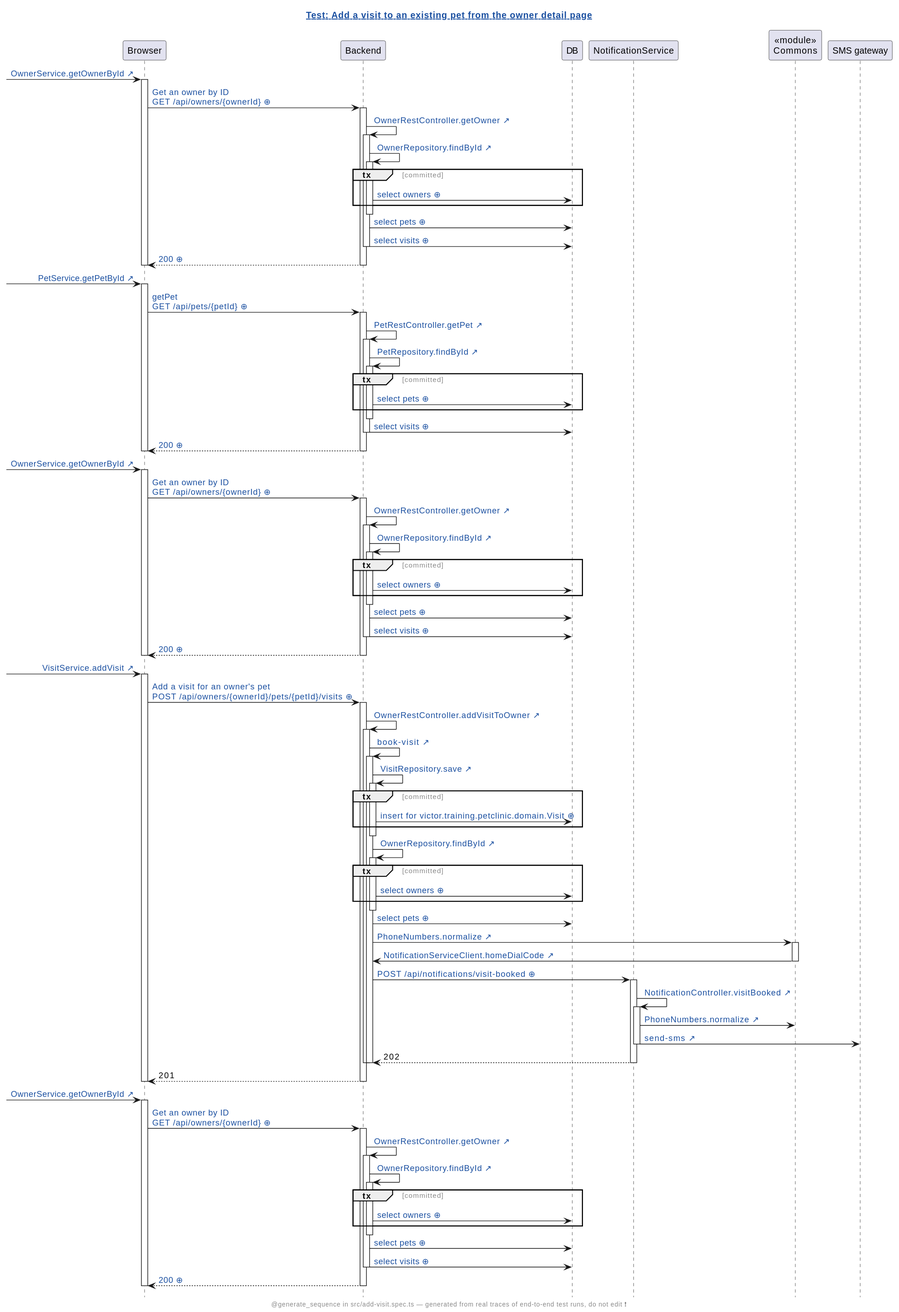
Before: demo/demo2/assets/diagrams/petclinic-test_generated_add-visit.spec.ts.add-a-visit-to-an-existing-pet-from-the-owner-detail-page.genseq.new.svg, a diagram exported from PlantUML (victorrentea/human-review).
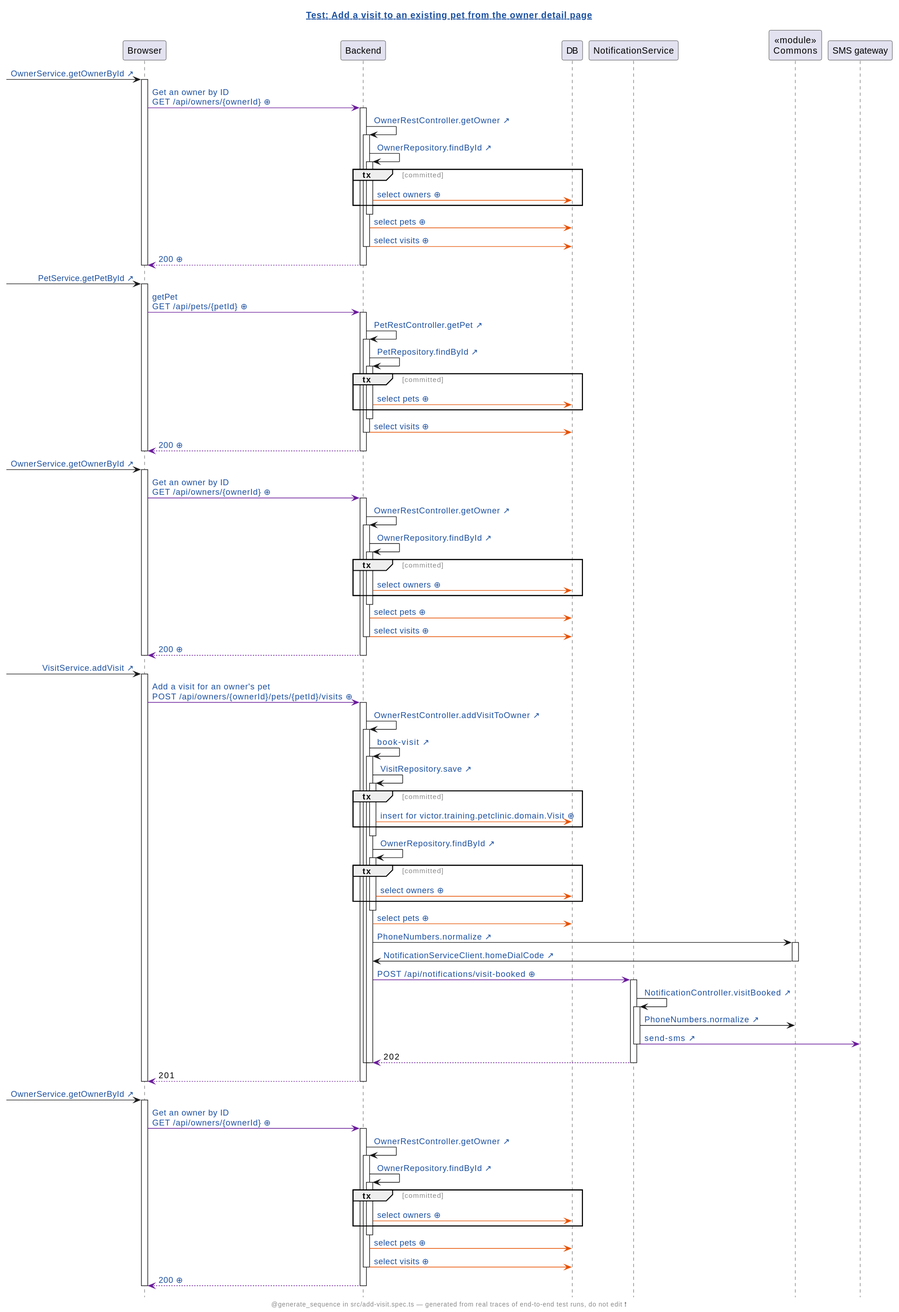
The same file after the commit.

Change to the diagram source:
```diff
@@ -14,60 +14,60 @@
 participant "SMS gateway"
 [-> Browser: [[src://petclinic-frontend/src/app/owners/owner-detail/owner-detail.component.ts:22{Click to open the line that sent this request: owner-detail.component.ts:22} OwnerService.getOwnerById ↗]]
 activate Browser
-Browser -> Backend: [[genseq://06lchgi{Click for the request as it was sent} Get an owner by ID\nGET /api/owners/{ownerId} ⊕]]
+Browser -[#6A1B9A]> Backend: [[genseq://06lchgi{Click for the request as it was sent} Get an owner by ID\nGET /api/owners/{ownerId} ⊕]]
 activate Backend
 Backend -> Backend: [[src://petclinic-backend/src/main/java/victor/training/petclinic/rest/OwnerRestController.java:103{Click to open OwnerRestController.getOwner} OwnerRestController.getOwner ↗]]
 activate Backend
 Backend -> Backend: [[src://petclinic-backend/src/main/java/victor/training/petclinic/repository/OwnerRepository.java:14{Click to open OwnerRepository.findById} OwnerRepository.findById ↗]]
 activate Backend
 group tx [committed]
-Backend -> DB: [[genseq://0x8aana{Click for the statement behind this call} select owners ⊕]]
+Backend -[#E65100]> DB: [[genseq://0x8aana{Click for the statement behind this call} select owners ⊕]]
 end
 deactivate Backend
-Backend -> DB: [[genseq://18567ho{Click for the statement behind this call} select pets ⊕]]
-Backend -> DB: [[genseq://13apewa{Click for the statement behind this call} select visits ⊕]]
+Backend -[#E65100]> DB: [[genseq://18567ho{Click for the statement behind this call} select pets ⊕]]
+Backend -[#E65100]> DB: [[genseq://13apewa{Click for the statement behind this call} select visits ⊕]]
 deactivate Backend
-Backend --> Browser: [[genseq://0zavcxa{Click for this call’s JSON body} 200 ⊕]]
+Backend -[#6A1B9A]-> Browser: [[genseq://0zavcxa{Click for this call’s JSON body} 200 ⊕]]
 deactivate Backend
 deactivate Browser
 [-> Browser: [[src://petclinic-frontend/src/app/visits/visit-add/visit-add.component.ts:42{Click to open the line that sent this request: visit-add.component.ts:42} PetService.getPetById ↗]]
 activate Browser
-Browser -> Backend: [[genseq://17x7zoe{Click for the request as it was sent} getPet\nGET /api/pets/{petId} ⊕]]
+Browser -[#6A1B9A]> Backend: [[genseq://17x7zoe{Click for the request as it was sent} getPet\nGET /api/pets/{petId} ⊕]]
 activate Backend
 Backend -> Backend: [[src://petclinic-backend/src/main/java/victor/training/petclinic/rest/PetRestController.java:33{Click to open PetRestController.getPet} PetRestController.getPet ↗]]
 activate Backend
 Backend -> Backend: [[src://petclinic-backend/src/main/java/victor/training/petclinic/repository/PetRepository.java:16{Click to open PetRepository.findById} PetRepository.findById ↗]]
 activate Backend
 group tx [committed]
-Backend -> DB: [[genseq://0y7w2ps{Click for the statement behind this call} select pets ⊕]]
+Backend -[#E65100]> DB: [[genseq://0y7w2ps{Click for the statement behind this call} select pets ⊕]]
 end
 deactivate Backend
-Backend -> DB: [[genseq://13apewa{Click for the statement behind this call} select visits ⊕]]
+Backend -[#E65100]> DB: [[genseq://13apewa{Click for the statement behind this call} select visits ⊕]]
 deactivate Backend
-Backend --> Browser: [[genseq://01mmlgx{Click for this call’s JSON body} 200 ⊕]]
+Backend -[#6A1B9A]-> Browser: [[genseq://01mmlgx{Click for this call’s JSON body} 200 ⊕]]
 deactivate Backend
 deactivate Browser
 [-> Browser: [[src://petclinic-frontend/src/app/visits/visit-add/visit-add.component.ts:47{Click to open the line that sent this request: visit-add.component.ts:47} OwnerService.getOwnerById ↗]]
 activate Browser
-Browser -> Backend: [[genseq://06lchgi{Click for the request as it was sent} Get an owner by ID\nGET /api/owners/{ownerId} ⊕]]
+Browser -[#6A1B9A]> Backend: [[genseq://06lchgi{Click for the request as it was sent} Get an owner by ID\nGET /api/owners/{ownerId} ⊕]]
 activate Backend
 Backend -> Backend: [[src://petclinic-backend/src/main/java/victor/training/petclinic/rest/OwnerRestController.java:103{Click to open OwnerRestController.getOwner} OwnerRestController.getOwner ↗]]
 activate Backend
 Backend -> Backend: [[src://petclinic-backend/src/main/java/victor/training/petclinic/repository/OwnerRepository.java:14{Click to open OwnerRepository.findById} OwnerRepository.findById ↗]]
 activate Backend
 group tx [committed]
-Backend -> DB: [[genseq://0x8aana{Click for the statement behind this call} select owners ⊕]]
+Backend -[#E65100]> DB: [[genseq://0x8aana{Click for the statement behind this call} select owners ⊕]]
 end
 deactivate Backend
-Backend -> DB: [[genseq://18567ho{Click for the statement behind this call} select pets ⊕]]
-Backend -> DB: [[genseq://13apewa{Click for the statement behind this call} select visits ⊕]]
+Backend -[#E65100]> DB: [[genseq://18567ho{Click for the statement behind this call} select pets ⊕]]
+Backend -[#E65100]> DB: [[genseq://13apewa{Click for the statement behind this call} select visits ⊕]]
 deactivate Backend
-Backend --> Browser: [[genseq://0zavcxa{Click for this call’s JSON body} 200 ⊕]]
+Backend -[#6A1B9A]-> Browser: [[genseq://0zavcxa{Click for this call’s JSON body} 200 ⊕]]
 deactivate Backend
 deactivate Browser
 [-> Browser: [[src://petclinic-frontend/src/app/visits/visit-add/visit-add.component.ts:63{Click to open the line that sent this request: visit-add.component.ts:63 ← visit-add.component.html:25} VisitService.addVisit ↗]]
 activate Browser
-Browser -> Backend: [[genseq://0prgu3t{Click for the request as it was sent} Add a visit for an owner's pet\nPOST /api/owners/{ownerId}/pets/{petId}/visits ⊕]]
+Browser -[#6A1B9A]> Backend: [[genseq://0prgu3t{Click for the request as it was sent} Add a visit for an owner's pet\nPOST /api/owners/{ownerId}/pets/{petId}/visits ⊕]]
 activate Backend
 Backend -> Backend: [[src://petclinic-backend/src/main/java/victor/training/petclinic/rest/OwnerRestController.java:167{Click to open OwnerRestController.addVisitToOwner} OwnerRestController.addVisitToOwner ↗]]
 activate Backend
@@ -76,50 +76,50 @@
 Backend -> Backend: [[src://petclinic-backend/src/main/java/victor/training/petclinic/repository/VisitRepository.java:16{Click to open VisitRepository.save} VisitRepository.save ↗]]
 activate Backend
 group tx [committed]
-Backend -> DB: [[genseq://0jsen8c{Click for the statement behind this call} insert for victor.training.petclinic.domain.Visit ⊕]]
+Backend -[#E65100]> DB: [[genseq://0jsen8c{Click for the statement behind this call} insert for victor.training.petclinic.domain.Visit ⊕]]
 end
 deactivate Backend
 Backend -> Backend: [[src://petclinic-backend/src/main/java/victor/training/petclinic/repository/OwnerRepository.java:14{Click to open OwnerRepository.findById} OwnerRepository.findById ↗]]
 activate Backend
 group tx [committed]
-Backend -> DB: [[genseq://0x8aana{Click for the statement behind this call} select owners ⊕]]
+Backend -[#E65100]> DB: [[genseq://0x8aana{Click for the statement behind this call} select owners ⊕]]
 end
 deactivate Backend
-Backend -> DB: [[genseq://18567ho{Click for the statement behind this call} select pets ⊕]]
+Backend -[#E65100]> DB: [[genseq://18567ho{Click for the statement behind this call} select pets ⊕]]
 Backend -> Commons: [[src://petclinic-commons/src/main/java/victor/training/commons/PhoneNumbers.java:14{Click to open PhoneNumbers.normalize} PhoneNumbers.normalize ↗]]
 activate Commons
 Commons -> Backend: [[src://petclinic-backend/src/main/java/victor/training/petclinic/notification/NotificationServiceClient.java:45{Click to open NotificationServiceClient.homeDialCode} NotificationServiceClient.homeDialCode ↗]]
 deactivate Commons
-Backend -> NotificationService: [[genseq://00gfug0{Click for the request as it was sent} POST /api/notifications/visit-booked ⊕]]
+Backend -[#6A1B9A]> NotificationService: [[genseq://00gfug0{Click for the request as it was sent} POST /api/notifications/visit-booked ⊕]]
 activate NotificationService
 NotificationService -> NotificationService: [[src://notification-service/src/main/java/victor/training/notification/NotificationController.java:22{Click to open NotificationController.visitBooked} NotificationController.visitBooked ↗]]
 activate NotificationService
 NotificationService -> Commons: [[src://petclinic-commons/src/main/java/victor/training/commons/PhoneNumbers.java:8{Click to open PhoneNumbers.normalize} PhoneNumbers.normalize ↗]]
-NotificationService -> "SMS gateway": [[src://notification-service/src/main/java/victor/training/notification/SmsGateway.java:23{Click to open SmsGateway.send} send-sms ↗]]
+NotificationService -[#6A1B9A]> "SMS gateway": [[src://notification-service/src/main/java/victor/training/notification/SmsGateway.java:23{Click to open SmsGateway.send} send-sms ↗]]
 deactivate NotificationService
-NotificationService --> Backend: 202
+NotificationService -[#6A1B9A]-> Backend: 202
 deactivate NotificationService
 deactivate Backend
 deactivate Backend
-Backend --> Browser: 201
+Backend -[#6A1B9A]-> Browser: 201
 deactivate Backend
 deactivate Browser
 [-> Browser: [[src://petclinic-frontend/src/app/owners/owner-detail/owner-detail.component.ts:22{Click to open the line that sent this request: owner-detail.component.ts:22} OwnerService.getOwnerById ↗]]
 activate Browser
-Browser -> Backend: [[genseq://06lchgi{Click for the request as it was sent} Get an owner by ID\nGET /api/owners/{ownerId} ⊕]]
+Browser -[#6A1B9A]> Backend: [[genseq://06lchgi{Click for the request as it was sent} Get an owner by ID\nGET /api/owners/{ownerId} ⊕]]
 activate Backend
 Backend -> Backend: [[src://petclinic-backend/src/main/java/victor/training/petclinic/rest/OwnerRestController.java:103{Click to open OwnerRestController.getOwner} OwnerRestController.getOwner ↗]]
 activate Backend
 Backend -> Backend: [[src://petclinic-backend/src/main/java/victor/training/petclinic/repository/OwnerRepository.java:14{Click to open OwnerRepository.findById} OwnerRepository.findById ↗]]
 activate Backend
 group tx [committed]
-Backend -> DB: [[genseq://0x8aana{Click for the statement behind this call} select owners ⊕]]
+Backend -[#E65100]> DB: [[genseq://0x8aana{Click for the statement behind this call} select owners ⊕]]
 end
 deactivate Backend
-Backend -> DB: [[genseq://18567ho{Click for the statement behind this call} select pets ⊕]]
-Backend -> DB: [[genseq://13apewa{Click for the statement behind this call} select visits ⊕]]
+Backend -[#E65100]> DB: [[genseq://18567ho{Click for the statement behind this call} select pets ⊕]]
+Backend -[#E65100]> DB: [[genseq://13apewa{Click for the statement behind this call} select visits ⊕]]
 deactivate Backend
-Backend --> Browser: [[genseq://1h1k23v{Click for this call’s JSON body} 200 ⊕]]
+Backend -[#6A1B9A]-> Browser: [[genseq://1h1k23v{Click for this call’s JSON body} 200 ⊕]]
 deactivate Backend
 deactivate Browser
 @enduml
```
